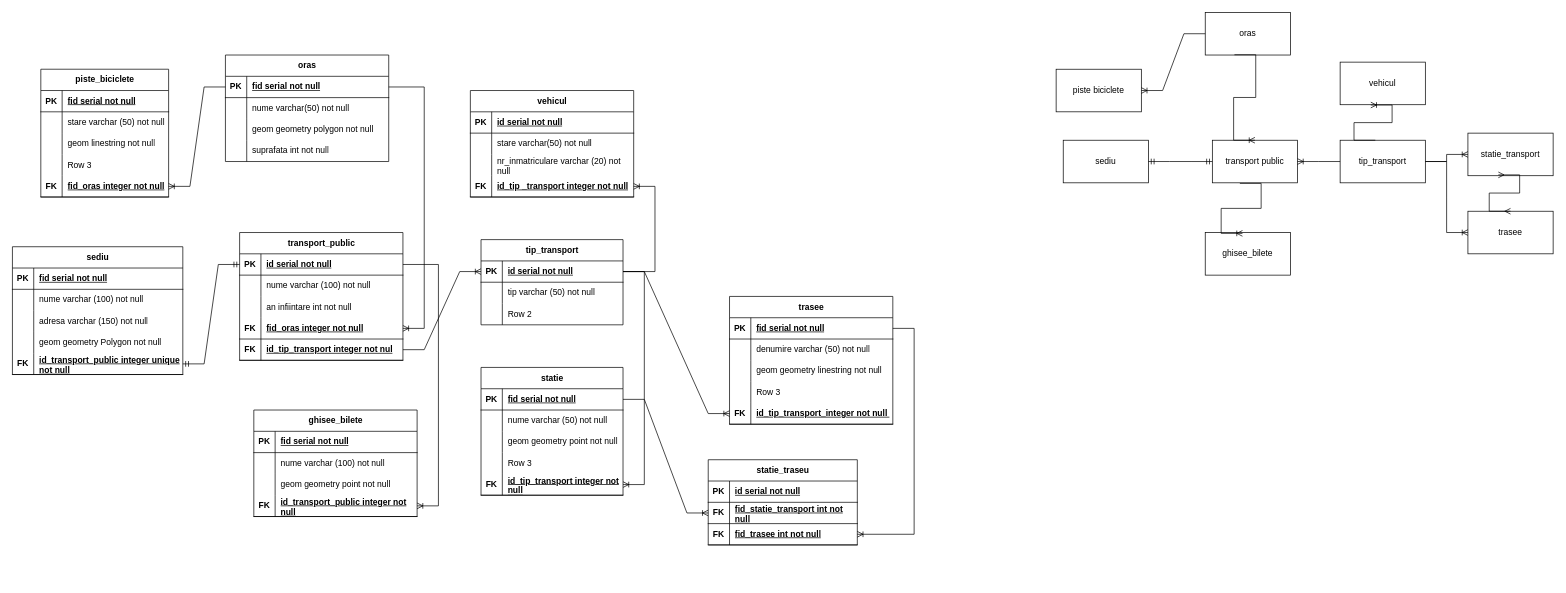
Above: examen_final.drawio in AndreeaPatrauvt/db1project (draw.io), before the change. Source tidied: cells renumbered, new cells numbered last; positions are measured from the earlier drawing's top-left corner, leaving out a move shared by most shapes. Both pictures are drawn from the tidied source at 71%, with x=0, y=0 at pixel (12, 12).
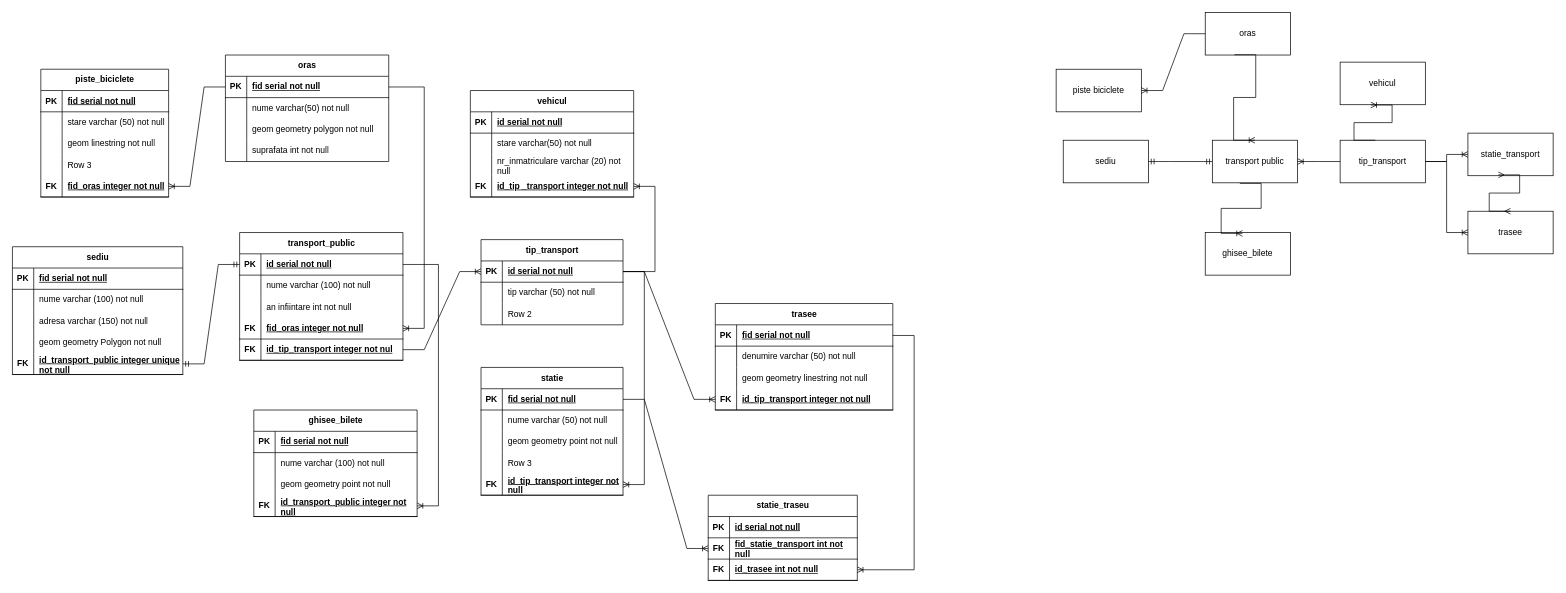
After the change.

The change refers to these unchanged cells:
```xml
<mxCell id="99" style="shape=tableRow;horizontal=0;startSize=0;swimlaneHead=0;swimlaneBody=0;fillColor=none;points=[[0,0.5],[1,0.5]];portConstraint=eastwest;top=0;left=0;right=0;bottom=1;" parent="98" vertex="1">
  <mxGeometry y="30" width="200" height="30" as="geometry" />
</mxCell>
<mxCell id="164" style="shape=tableRow;horizontal=0;startSize=0;swimlaneHead=0;swimlaneBody=0;fillColor=none;points=[[0,0.5],[1,0.5]];portConstraint=eastwest;top=0;left=0;right=0;bottom=1;" parent="157" vertex="1">
  <mxGeometry y="90" width="210" height="30" as="geometry" />
</mxCell>
```

What changed in the source:
```diff
@@
-    <mxCell id="140" value="trasee" style="shape=table;startSize=30;childLayout=tableLayout;rowLines=0;fontStyle=1;align=center;html=1;" parent="1" vertex="1">
-      <mxGeometry x="1010" y="400" width="230" height="180" as="geometry" />
-    </mxCell>
-    <mxCell id="141" style="shape=tableRow;horizontal=0;startSize=0;swimlaneHead=0;swimlaneBody=0;fillColor=none;points=[[0,0.5],[1,0.5]];portConstraint=eastwest;top=0;left=0;right=0;bottom=1;" parent="140" vertex="1">
-      <mxGeometry y="30" width="230" height="30" as="geometry" />
-    </mxCell>
-    <mxCell id="142" value="PK" style="shape=partialRectangle;fillColor=none;top=0;left=0;bottom=0;right=0;fontStyle=1;overflow=hidden;whiteSpace=wrap;html=1;" parent="141" vertex="1">
-      <mxGeometry width="30" height="30" as="geometry" />
-    </mxCell>
-    <mxCell id="143" value="fid serial not null" style="shape=partialRectangle;fillColor=none;top=0;left=0;bottom=0;right=0;align=left;spacingLeft=6;fontStyle=5;overflow=hidden;whiteSpace=wrap;html=1;" parent="141" vertex="1">
-      <mxGeometry x="30" width="200" height="30" as="geometry" />
-    </mxCell>
-    <mxCell id="144" style="shape=tableRow;horizontal=0;startSize=0;swimlaneHead=0;swimlaneBody=0;fillColor=none;top=0;left=0;right=0;bottom=0;" parent="140" vertex="1">
-      <mxGeometry y="60" width="230" height="30" as="geometry" />
-    </mxCell>
-    <mxCell id="145" style="shape=partialRectangle;fillColor=none;top=0;left=0;bottom=0;right=0;overflow=hidden;whiteSpace=wrap;html=1;" parent="144" vertex="1">
-      <mxGeometry width="30" height="30" as="geometry" />
-    </mxCell>
-    <mxCell id="146" value="denumire varchar (50) not null" style="shape=partialRectangle;fillColor=none;top=0;left=0;bottom=0;right=0;align=left;spacingLeft=6;overflow=hidden;whiteSpace=wrap;html=1;" parent="144" vertex="1">
-      <mxGeometry x="30" width="200" height="30" as="geometry" />
-    </mxCell>
-    <mxCell id="147" style="shape=tableRow;horizontal=0;startSize=0;swimlaneHead=0;swimlaneBody=0;fillColor=none;top=0;left=0;right=0;bottom=0;" parent="140" vertex="1">
-      <mxGeometry y="90" width="230" height="30" as="geometry" />
-    </mxCell>
-    <mxCell id="148" style="shape=partialRectangle;fillColor=none;top=0;left=0;bottom=0;right=0;overflow=hidden;whiteSpace=wrap;html=1;" parent="147" vertex="1">
-      <mxGeometry width="30" height="30" as="geometry" />
-    </mxCell>
-    <mxCell id="149" value="geom geometry linestring not null" style="shape=partialRectangle;fillColor=none;top=0;left=0;bottom=0;right=0;align=left;spacingLeft=6;overflow=hidden;whiteSpace=wrap;html=1;" parent="147" vertex="1">
-      <mxGeometry x="30" width="200" height="30" as="geometry" />
-    </mxCell>
-    <mxCell id="150" style="shape=tableRow;horizontal=0;startSize=0;swimlaneHead=0;swimlaneBody=0;fillColor=none;top=0;left=0;right=0;bottom=0;" parent="140" vertex="1">
-      <mxGeometry y="120" width="230" height="30" as="geometry" />
-    </mxCell>
-    <mxCell id="151" style="shape=partialRectangle;fillColor=none;top=0;left=0;bottom=0;right=0;overflow=hidden;whiteSpace=wrap;html=1;" parent="150" vertex="1">
-      <mxGeometry width="30" height="30" as="geometry" />
-    </mxCell>
-    <mxCell id="152" value="Row 3" style="shape=partialRectangle;fillColor=none;top=0;left=0;bottom=0;right=0;align=left;spacingLeft=6;overflow=hidden;whiteSpace=wrap;html=1;" parent="150" vertex="1">
-      <mxGeometry x="30" width="200" height="30" as="geometry" />
-    </mxCell>
-    <mxCell id="153" style="shape=tableRow;horizontal=0;startSize=0;swimlaneHead=0;swimlaneBody=0;fillColor=none;points=[[0,0.5],[1,0.5]];portConstraint=eastwest;top=0;left=0;right=0;bottom=1;" parent="140" vertex="1">
-      <mxGeometry y="150" width="230" height="30" as="geometry" />
-    </mxCell>
-    <mxCell id="154" value="FK" style="shape=partialRectangle;fillColor=none;top=0;left=0;bottom=0;right=0;fontStyle=1;overflow=hidden;whiteSpace=wrap;html=1;" parent="153" vertex="1">
-      <mxGeometry width="30" height="30" as="geometry" />
-    </mxCell>
-    <mxCell id="155" value="id_tip_transport_integer not null&amp;nbsp;" style="shape=partialRectangle;fillColor=none;top=0;left=0;bottom=0;right=0;align=left;spacingLeft=6;fontStyle=5;overflow=hidden;whiteSpace=wrap;html=1;" parent="153" vertex="1">
-      <mxGeometry x="30" width="200" height="30" as="geometry" />
-    </mxCell>
-    <mxCell id="156" style="edgeStyle=entityRelationEdgeStyle;fontSize=12;html=1;endArrow=ERoneToMany;rounded=0;" parent="1" edge="1" source="99" target="153">
+    <mxCell id="156" style="edgeStyle=entityRelationEdgeStyle;fontSize=12;html=1;endArrow=ERoneToMany;rounded=0;" parent="1" edge="1" source="99" target="174">
       <mxGeometry relative="1" as="geometry" />
     </mxCell>
     <mxCell id="157" value="statie_traseu" style="shape=table;startSize=30;childLayout=tableLayout;rowLines=0;fontStyle=1;align=center;html=1;" parent="1" vertex="1">
-      <mxGeometry x="980" y="630" width="210" height="120" as="geometry" />
+      <mxGeometry x="980" y="680" width="210" height="120" as="geometry" />
     </mxCell>
@@
-    <mxCell id="166" value="fid_trasee int not null" style="shape=partialRectangle;fillColor=none;top=0;left=0;bottom=0;right=0;align=left;spacingLeft=6;fontStyle=5;overflow=hidden;whiteSpace=wrap;html=1;" parent="164" vertex="1">
+    <mxCell id="166" value="id_trasee int not null" style="shape=partialRectangle;fillColor=none;top=0;left=0;bottom=0;right=0;align=left;spacingLeft=6;fontStyle=5;overflow=hidden;whiteSpace=wrap;html=1;" parent="164" vertex="1">
       <mxGeometry x="30" width="180" height="30" as="geometry" />
     </mxCell>
@@
-    <mxCell id="168" style="edgeStyle=entityRelationEdgeStyle;fontSize=12;html=1;endArrow=ERoneToMany;rounded=0;" parent="1" edge="1" source="141" target="164">
+    <mxCell id="168" style="edgeStyle=entityRelationEdgeStyle;fontSize=12;html=1;endArrow=ERoneToMany;rounded=0;" parent="1" edge="1" source="169" target="164">
       <mxGeometry relative="1" as="geometry" />
     </mxCell>
+    <mxCell id="140" value="trasee" style="shape=table;startSize=30;childLayout=tableLayout;rowLines=0;fontStyle=1;align=center;html=1;" parent="1" vertex="1">
+      <mxGeometry x="990" y="410" width="250" height="150" as="geometry" />
+    </mxCell>
+    <mxCell id="169" style="shape=tableRow;horizontal=0;startSize=0;swimlaneHead=0;swimlaneBody=0;fillColor=none;points=[[0,0.5],[1,0.5]];portConstraint=eastwest;top=0;left=0;right=0;bottom=1;" parent="140" vertex="1">
+      <mxGeometry y="30" width="250" height="30" as="geometry" />
+    </mxCell>
+    <mxCell id="142" value="PK" style="shape=partialRectangle;fillColor=none;top=0;left=0;bottom=0;right=0;fontStyle=1;overflow=hidden;whiteSpace=wrap;html=1;" parent="169" vertex="1">
+      <mxGeometry width="30" height="30" as="geometry" />
+    </mxCell>
+    <mxCell id="143" value="fid serial not null" style="shape=partialRectangle;fillColor=none;top=0;left=0;bottom=0;right=0;align=left;spacingLeft=6;fontStyle=5;overflow=hidden;whiteSpace=wrap;html=1;" parent="169" vertex="1">
+      <mxGeometry x="30" width="220" height="30" as="geometry" />
+    </mxCell>
+    <mxCell id="170" style="shape=tableRow;horizontal=0;startSize=0;swimlaneHead=0;swimlaneBody=0;fillColor=none;top=0;left=0;right=0;bottom=0;" parent="140" vertex="1">
+      <mxGeometry y="60" width="250" height="30" as="geometry" />
+    </mxCell>
+    <mxCell id="171" style="shape=partialRectangle;fillColor=none;top=0;left=0;bottom=0;right=0;overflow=hidden;whiteSpace=wrap;html=1;" parent="170" vertex="1">
+      <mxGeometry width="30" height="30" as="geometry" />
+    </mxCell>
+    <mxCell id="146" value="denumire varchar (50) not null" style="shape=partialRectangle;fillColor=none;top=0;left=0;bottom=0;right=0;align=left;spacingLeft=6;overflow=hidden;whiteSpace=wrap;html=1;" parent="170" vertex="1">
+      <mxGeometry x="30" width="220" height="30" as="geometry" />
+    </mxCell>
+    <mxCell id="172" style="shape=tableRow;horizontal=0;startSize=0;swimlaneHead=0;swimlaneBody=0;fillColor=none;top=0;left=0;right=0;bottom=0;" parent="140" vertex="1">
+      <mxGeometry y="90" width="250" height="30" as="geometry" />
+    </mxCell>
+    <mxCell id="173" style="shape=partialRectangle;fillColor=none;top=0;left=0;bottom=0;right=0;overflow=hidden;whiteSpace=wrap;html=1;" parent="172" vertex="1">
+      <mxGeometry width="30" height="30" as="geometry" />
+    </mxCell>
+    <mxCell id="149" value="geom geometry linestring not null" style="shape=partialRectangle;fillColor=none;top=0;left=0;bottom=0;right=0;align=left;spacingLeft=6;overflow=hidden;whiteSpace=wrap;html=1;" parent="172" vertex="1">
+      <mxGeometry x="30" width="220" height="30" as="geometry" />
+    </mxCell>
+    <mxCell id="174" style="shape=tableRow;horizontal=0;startSize=0;swimlaneHead=0;swimlaneBody=0;fillColor=none;points=[[0,0.5],[1,0.5]];portConstraint=eastwest;top=0;left=0;right=0;bottom=1;" parent="140" vertex="1">
+      <mxGeometry y="120" width="250" height="30" as="geometry" />
+    </mxCell>
+    <mxCell id="154" value="FK" style="shape=partialRectangle;fillColor=none;top=0;left=0;bottom=0;right=0;fontStyle=1;overflow=hidden;whiteSpace=wrap;html=1;" parent="174" vertex="1">
+      <mxGeometry width="30" height="30" as="geometry" />
+    </mxCell>
+    <mxCell id="175" value="id_tip_transport integer not null" style="shape=partialRectangle;fillColor=none;top=0;left=0;bottom=0;right=0;align=left;spacingLeft=6;fontStyle=5;overflow=hidden;whiteSpace=wrap;html=1;" parent="174" vertex="1">
+      <mxGeometry x="30" width="220" height="30" as="geometry" />
+    </mxCell>
```
